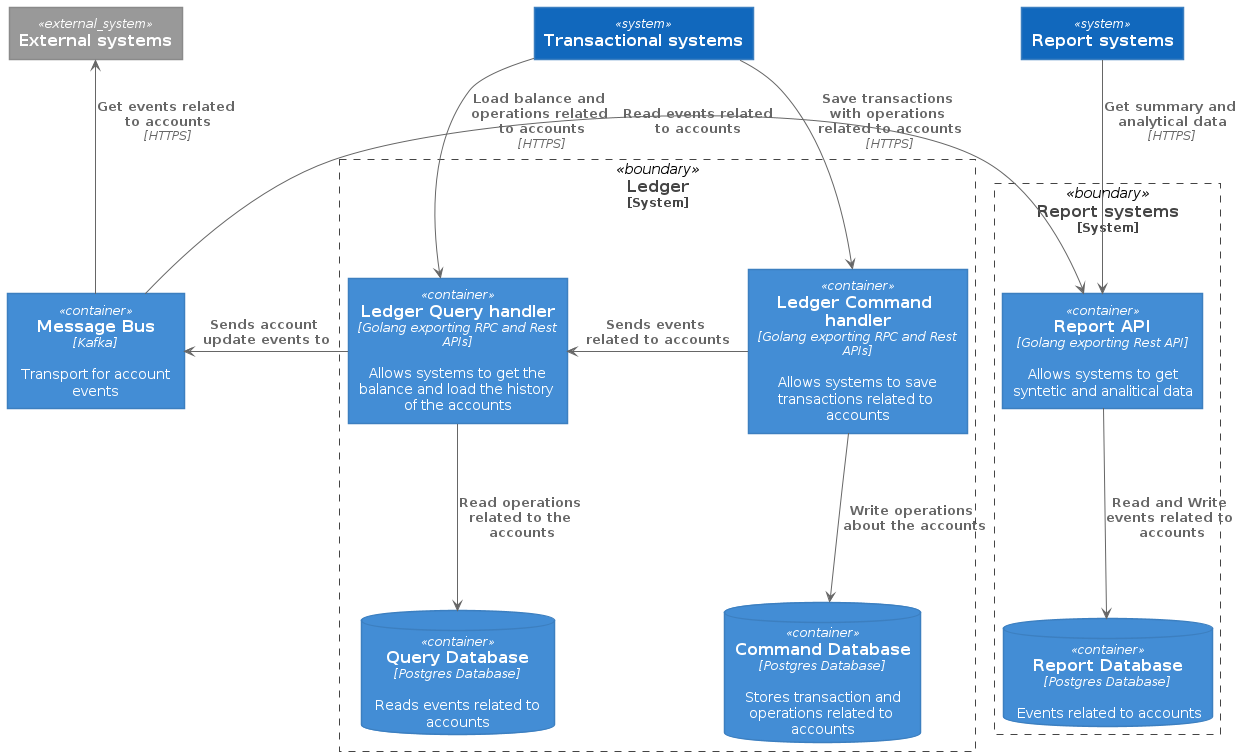
Above: docs/c4model/level_2_step_by_step/level_2_d_container_diagram.png in fernandodr19/the-amazing-ledger (PlantUML), before the change.
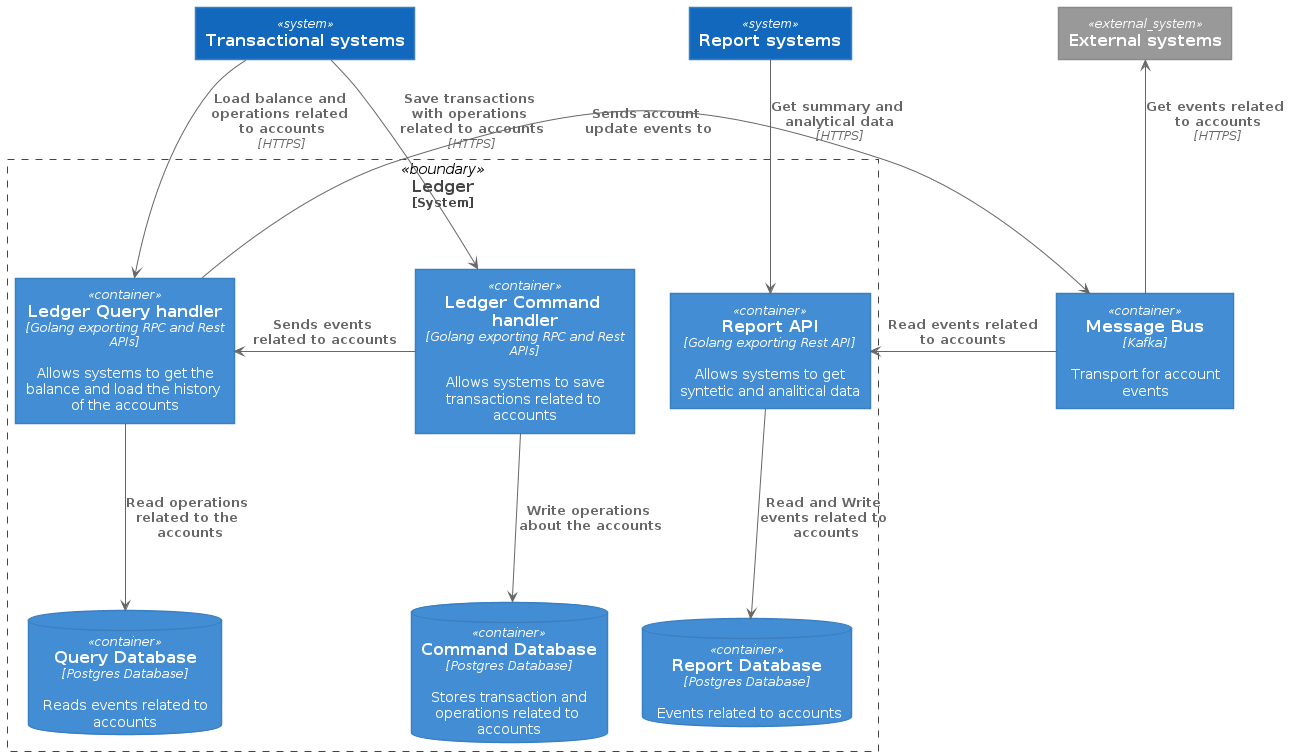
After the commit.

The edit, as a diff of the source:
```diff
@@ -11,11 +11,13 @@
     Container(ledger_query_api, "Ledger Query handler", "Golang exporting RPC and Rest APIs", "Allows systems to get the balance and load the history of the accounts")
     ContainerDb(query_database, "Query Database", "Postgres Database", "Reads events related to accounts")
     ContainerDb(command_database, "Command Database", "Postgres Database", "Stores transaction and operations related to accounts")
+    Container(report_api, "Report API", "Golang exporting Rest API", "Allows systems to get syntetic and analitical data")
+    ContainerDb(report_database, "Report Database", "Postgres Database", "Events related to accounts")
 }
 
 Container(message_bus, "Message Bus", "Kafka", "Transport for account events")
 
-Rel_L(ledger_query_api, message_bus, "Sends account update events to")
+Rel_Neighbor(ledger_query_api, message_bus, "Sends account update events to")
 
 Rel(ledger_command_api, command_database, "Write operations about the accounts")
 Rel(ledger_query_api, query_database, "Read operations related to the accounts")
@@ -23,10 +25,6 @@
 Rel(transactional_systems, ledger_command_api, "Save transactions with operations related to accounts", "HTTPS")
 Rel(transactional_systems, ledger_query_api, "Load balance and operations related to accounts", "HTTPS")
 
-System_Boundary(reports, "Report systems") {
-    Container(report_api, "Report API", "Golang exporting Rest API", "Allows systems to get syntetic and analitical data")
-    ContainerDb(report_database, "Report Database", "Postgres Database", "Events related to accounts")
-}
 
 Rel(report_api, report_database, "Read and Write events related to accounts")
 Rel_Back_Neighbor(report_api, message_bus, "Read events related to accounts")
@@ -37,6 +35,5 @@
 
 Rel_Neighbor(ledger_command_api, ledger_query_api, "Sends events related to accounts")
 
-Lay_R(message_bus, report_api)
 
 @enduml
```
